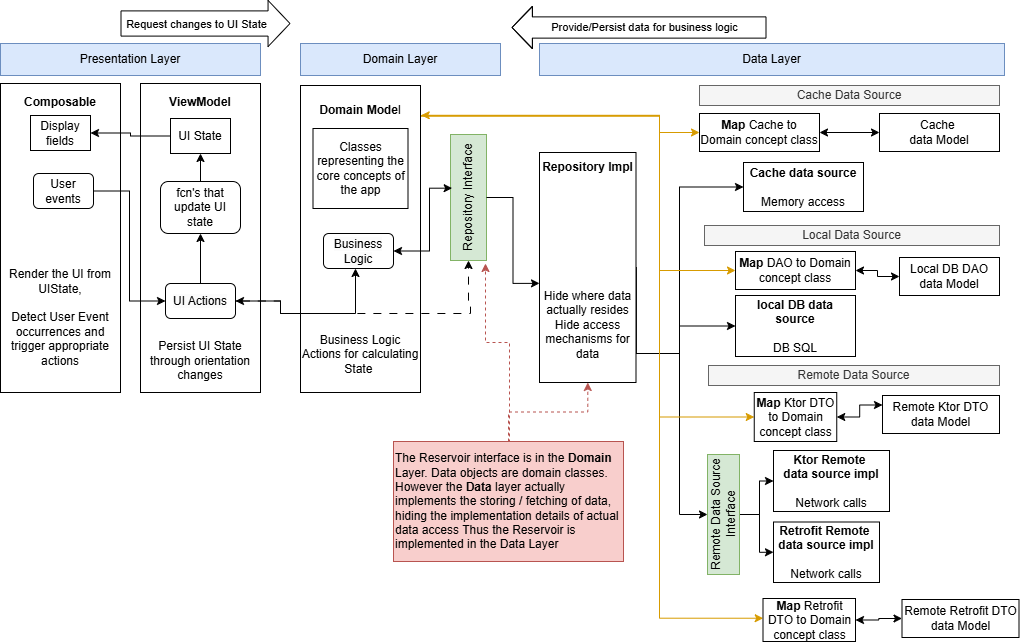
Before: images/ktor_clean_code_architecture.png, a diagram exported from draw.io (ElisabethHuhn/NetworkExample). Source tidied: cells renumbered, new cells last; positions are measured from the earlier drawing's top-left corner, leaving out a move shared by most shapes.
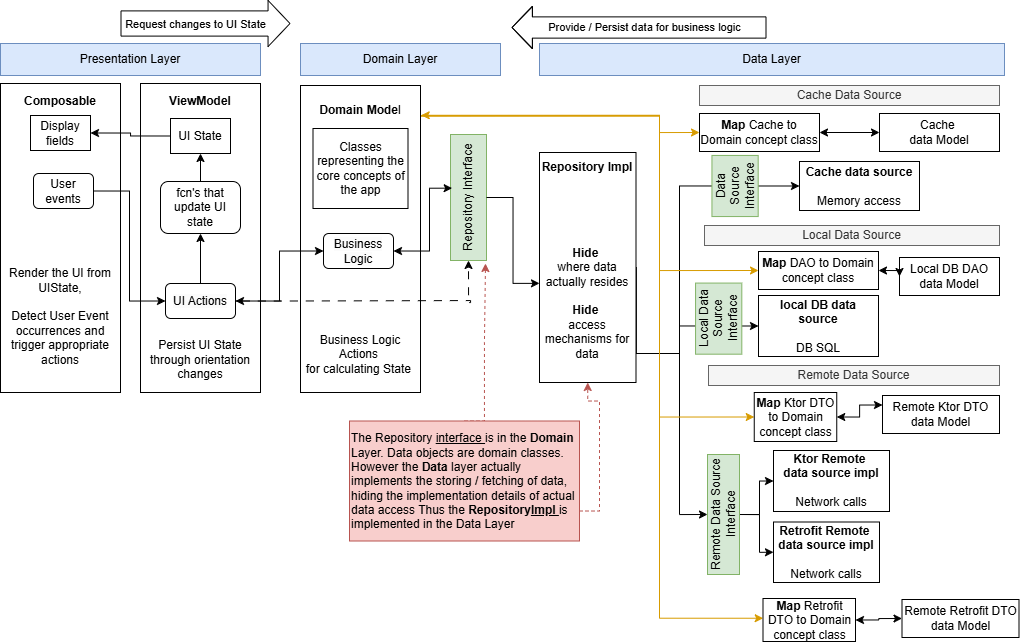
The same file after the commit.

Change to the diagram source:
```diff
@@ -38,7 +38,7 @@
         </Array>
       </mxGeometry>
     </mxCell>
-    <mxCell id="8" value="&lt;b&gt;Repository Impl&lt;/b&gt;&lt;div&gt;&lt;b&gt;&lt;br&gt;&lt;/b&gt;&lt;/div&gt;&lt;div&gt;&lt;b&gt;&lt;br&gt;&lt;/b&gt;&lt;/div&gt;&lt;div&gt;&lt;b&gt;&lt;br&gt;&lt;/b&gt;&lt;/div&gt;&lt;div&gt;&lt;b&gt;&lt;br&gt;&lt;/b&gt;&lt;/div&gt;&lt;div&gt;&lt;b&gt;&lt;br&gt;&lt;/b&gt;&lt;/div&gt;&lt;div&gt;&lt;br&gt;&lt;/div&gt;&lt;div&gt;&lt;b&gt;&lt;br&gt;&lt;/b&gt;&lt;/div&gt;&lt;div&gt;&lt;b&gt;&lt;br&gt;&lt;/b&gt;&lt;/div&gt;&lt;div&gt;&lt;span style=&quot;text-align: left; background-color: transparent; color: light-dark(rgb(0, 0, 0), rgb(255, 255, 255));&quot;&gt;Hide where data actually resides&lt;/span&gt;&lt;br&gt;&lt;span style=&quot;text-align: left; background-color: transparent; color: light-dark(rgb(0, 0, 0), rgb(255, 255, 255));&quot;&gt;Hide access mechanisms for data&lt;/span&gt;&lt;/div&gt;&lt;div&gt;&lt;br&gt;&lt;/div&gt;" style="rounded=0;whiteSpace=wrap;html=1;" parent="1" vertex="1">
+    <mxCell id="8" value="&lt;b&gt;Repository Impl&lt;/b&gt;&lt;div&gt;&lt;b&gt;&lt;br&gt;&lt;/b&gt;&lt;/div&gt;&lt;div&gt;&lt;br&gt;&lt;/div&gt;&lt;div&gt;&lt;br&gt;&lt;/div&gt;&lt;div&gt;&lt;b&gt;&lt;br&gt;&lt;/b&gt;&lt;/div&gt;&lt;div&gt;&lt;b&gt;&lt;br&gt;&lt;/b&gt;&lt;/div&gt;&lt;div&gt;&lt;span style=&quot;text-align: left; background-color: transparent; color: light-dark(rgb(0, 0, 0), rgb(255, 255, 255));&quot;&gt;&lt;b&gt;Hide&amp;nbsp;&lt;/b&gt;&lt;/span&gt;&lt;/div&gt;&lt;div&gt;&lt;span style=&quot;text-align: left; background-color: transparent; color: light-dark(rgb(0, 0, 0), rgb(255, 255, 255));&quot;&gt;where data actually resides&lt;/span&gt;&lt;/div&gt;&lt;div&gt;&lt;div style=&quot;text-align: left;&quot;&gt;&lt;br&gt;&lt;/div&gt;&lt;span style=&quot;text-align: left; background-color: transparent; color: light-dark(rgb(0, 0, 0), rgb(255, 255, 255));&quot;&gt;&lt;b&gt;Hide&amp;nbsp;&lt;/b&gt;&lt;/span&gt;&lt;/div&gt;&lt;div&gt;&lt;span style=&quot;text-align: left; background-color: transparent; color: light-dark(rgb(0, 0, 0), rgb(255, 255, 255));&quot;&gt;access mechanisms for data&lt;/span&gt;&lt;/div&gt;&lt;div&gt;&lt;br&gt;&lt;/div&gt;" style="rounded=0;whiteSpace=wrap;html=1;" parent="1" vertex="1">
       <mxGeometry x="539" y="129" width="96.5" height="230" as="geometry" />
     </mxCell>
     <mxCell id="9" style="edgeStyle=orthogonalEdgeStyle;rounded=0;jettySize=auto;html=1;exitX=1.006;exitY=0.097;exitDx=0;exitDy=0;entryX=0;entryY=0.5;entryDx=0;entryDy=0;startArrow=classic;startFill=1;exitPerimeter=0;fillColor=#ffe6cc;strokeColor=#d79b00;" parent="1" edge="1" source="13" target="53">
@@ -73,14 +73,14 @@
         </Array>
       </mxGeometry>
     </mxCell>
-    <mxCell id="13" value="&lt;b&gt;Domain Mode&lt;/b&gt;l&lt;div&gt;&lt;br&gt;&lt;/div&gt;&lt;div&gt;&lt;br&gt;&lt;/div&gt;&lt;div&gt;&lt;br&gt;&lt;/div&gt;&lt;div&gt;&lt;br&gt;&lt;/div&gt;&lt;div&gt;&lt;br&gt;&lt;/div&gt;&lt;div&gt;&lt;br&gt;&lt;/div&gt;&lt;div&gt;&lt;br&gt;&lt;/div&gt;&lt;div&gt;&lt;br&gt;&lt;/div&gt;&lt;div&gt;&lt;br&gt;&lt;/div&gt;&lt;div&gt;&lt;br&gt;&lt;/div&gt;&lt;div&gt;&lt;br&gt;&lt;/div&gt;&lt;div&gt;&lt;br&gt;&lt;/div&gt;&lt;div&gt;&lt;br&gt;&lt;/div&gt;&lt;div&gt;&lt;br&gt;&lt;/div&gt;&lt;div&gt;&lt;br&gt;&lt;/div&gt;&lt;div&gt;&lt;span style=&quot;text-align: left;&quot;&gt;Business Logic Actions for calculating State&amp;nbsp;&lt;/span&gt;&lt;/div&gt;" style="rounded=0;whiteSpace=wrap;html=1;" parent="1" vertex="1">
+    <mxCell id="13" value="&lt;b&gt;Domain Mode&lt;/b&gt;l&lt;div&gt;&lt;br&gt;&lt;/div&gt;&lt;div&gt;&lt;br&gt;&lt;/div&gt;&lt;div&gt;&lt;br&gt;&lt;/div&gt;&lt;div&gt;&lt;br&gt;&lt;/div&gt;&lt;div&gt;&lt;br&gt;&lt;/div&gt;&lt;div&gt;&lt;br&gt;&lt;/div&gt;&lt;div&gt;&lt;br&gt;&lt;/div&gt;&lt;div&gt;&lt;br&gt;&lt;/div&gt;&lt;div&gt;&lt;br&gt;&lt;/div&gt;&lt;div&gt;&lt;br&gt;&lt;/div&gt;&lt;div&gt;&lt;br&gt;&lt;/div&gt;&lt;div&gt;&lt;br&gt;&lt;/div&gt;&lt;div&gt;&lt;br&gt;&lt;/div&gt;&lt;div&gt;&lt;br&gt;&lt;/div&gt;&lt;div&gt;&lt;br&gt;&lt;/div&gt;&lt;div&gt;&lt;span style=&quot;text-align: left;&quot;&gt;Business Logic Actions&amp;nbsp;&lt;/span&gt;&lt;/div&gt;&lt;div&gt;&lt;span style=&quot;text-align: left;&quot;&gt;for&amp;nbsp;&lt;/span&gt;&lt;span style=&quot;text-align: left; background-color: transparent; color: light-dark(rgb(0, 0, 0), rgb(255, 255, 255));&quot;&gt;calculating State&amp;nbsp;&lt;/span&gt;&lt;/div&gt;" style="rounded=0;whiteSpace=wrap;html=1;" parent="1" vertex="1">
       <mxGeometry x="300" y="62" width="120" height="307" as="geometry" />
     </mxCell>
     <mxCell id="14" value="&lt;b&gt;Cache data source&lt;/b&gt;&lt;div&gt;&lt;br&gt;&lt;/div&gt;&lt;div&gt;Memory access&lt;/div&gt;" style="rounded=0;whiteSpace=wrap;html=1;" parent="1" vertex="1">
-      <mxGeometry x="743" y="139" width="120" height="49" as="geometry" />
+      <mxGeometry x="799" y="138" width="120" height="49" as="geometry" />
     </mxCell>
     <mxCell id="15" value="&lt;b&gt;local DB data source&lt;/b&gt;&lt;div&gt;&lt;br&gt;&lt;/div&gt;&lt;div&gt;DB SQL&lt;/div&gt;" style="rounded=0;whiteSpace=wrap;html=1;" parent="1" vertex="1">
-      <mxGeometry x="735" y="272" width="120" height="61" as="geometry" />
+      <mxGeometry x="758" y="272" width="120" height="61" as="geometry" />
     </mxCell>
     <mxCell id="16" value="&lt;b&gt;Ktor Remote&amp;nbsp;&lt;/b&gt;&lt;div&gt;&lt;b&gt;data source impl&lt;/b&gt;&lt;div&gt;&lt;br&gt;&lt;/div&gt;&lt;div&gt;Network calls&lt;/div&gt;&lt;/div&gt;" style="rounded=0;whiteSpace=wrap;html=1;" parent="1" vertex="1">
       <mxGeometry x="773" y="427" width="116" height="61" as="geometry" />
@@ -121,12 +121,11 @@
     <mxCell id="28" value="fcn's that update UI state" style="rounded=1;whiteSpace=wrap;html=1;" parent="1" vertex="1">
       <mxGeometry x="160" y="158" width="80" height="52" as="geometry" />
     </mxCell>
-    <mxCell id="29" style="edgeStyle=orthogonalEdgeStyle;rounded=0;jettySize=auto;html=1;exitX=1;exitY=0.5;exitDx=0;exitDy=0;" parent="1" edge="1" source="30" target="33">
+    <mxCell id="29" style="edgeStyle=orthogonalEdgeStyle;rounded=0;jettySize=auto;html=1;exitX=1;exitY=0.5;exitDx=0;exitDy=0;entryX=0;entryY=0.5;entryDx=0;entryDy=0;" parent="1" edge="1" source="30" target="33">
       <mxGeometry relative="1" as="geometry">
         <Array as="points">
-          <mxPoint x="280" y="278" />
-          <mxPoint x="280" y="290" />
-          <mxPoint x="355" y="290" />
+          <mxPoint x="279" y="277" />
+          <mxPoint x="279" y="227" />
         </Array>
       </mxGeometry>
     </mxCell>
@@ -156,9 +155,8 @@
     <mxCell id="36" style="edgeStyle=orthogonalEdgeStyle;rounded=0;jettySize=auto;html=1;exitX=1;exitY=0.5;exitDx=0;exitDy=0;entryX=0;entryY=0.5;entryDx=0;entryDy=0;startArrow=classic;startFill=1;dashed=1;dashPattern=8 8;" parent="1" edge="1" source="30" target="4">
       <mxGeometry relative="1" as="geometry">
         <Array as="points">
-          <mxPoint x="280" y="278" />
-          <mxPoint x="280" y="290" />
-          <mxPoint x="470" y="290" />
+          <mxPoint x="280" y="277" />
+          <mxPoint x="470" y="277" />
           <mxPoint x="470" y="279" />
           <mxPoint x="468" y="279" />
         </Array>
@@ -198,7 +196,7 @@
       <mxGeometry relative="1" as="geometry" />
     </mxCell>
     <mxCell id="48" value="&lt;b&gt;Map &lt;/b&gt;DAO to Domain concept class" style="rounded=0;whiteSpace=wrap;html=1;" parent="1" vertex="1">
-      <mxGeometry x="735" y="228" width="120" height="38" as="geometry" />
+      <mxGeometry x="758" y="228" width="120" height="38" as="geometry" />
     </mxCell>
     <mxCell id="49" value="Remote Retrofit DTO&lt;div&gt;data Model&lt;/div&gt;" style="rounded=0;whiteSpace=wrap;html=1;" parent="1" vertex="1">
       <mxGeometry x="901.5" y="576" width="117" height="38" as="geometry" />
@@ -235,7 +233,7 @@
         </Array>
       </mxGeometry>
     </mxCell>
-    <mxCell id="57" value="Provide/Persist data for&amp;nbsp;&lt;span style=&quot;background-color: light-dark(#ffffff, var(--ge-dark-color, #121212)); color: light-dark(rgb(0, 0, 0), rgb(255, 255, 255));&quot;&gt;business logic&lt;/span&gt;" style="edgeLabel;html=1;align=center;verticalAlign=middle;" parent="56" vertex="1">
+    <mxCell id="57" value="Provide / Persist data for&amp;nbsp;&lt;span style=&quot;background-color: light-dark(#ffffff, var(--ge-dark-color, #121212)); color: light-dark(rgb(0, 0, 0), rgb(255, 255, 255));&quot;&gt;business logic&lt;/span&gt;" style="edgeLabel;html=1;align=center;verticalAlign=middle;" parent="56" vertex="1">
       <mxGeometry x="0.08" y="-1" relative="1" as="geometry">
         <mxPoint x="15" as="offset" />
       </mxGeometry>
@@ -244,17 +242,22 @@
       <mxGeometry relative="1" as="geometry">
         <mxPoint x="485" y="240" as="targetPoint" />
         <Array as="points">
-          <mxPoint x="509" y="418" />
-          <mxPoint x="509" y="319" />
+          <mxPoint x="484" y="319" />
           <mxPoint x="485" y="319" />
         </Array>
       </mxGeometry>
     </mxCell>
-    <mxCell id="59" value="The Reservoir interface is in the &lt;b&gt;Domain &lt;/b&gt;Layer. Data objects are domain classes. However the &lt;b&gt;Data &lt;/b&gt;layer actually implements the storing / fetching of data, hiding the implementation details of actual data access Thus the Reservoir is implemented in the Data Layer" style="text;html=1;align=left;verticalAlign=middle;whiteSpace=wrap;rounded=0;fillColor=#f8cecc;strokeColor=#b85450;" parent="1" vertex="1">
-      <mxGeometry x="393" y="418" width="230" height="120" as="geometry" />
+    <mxCell id="59" value="The Repository &lt;u&gt;interface &lt;/u&gt;is in the &lt;b&gt;Domain &lt;/b&gt;Layer. Data objects are domain classes. However the &lt;b&gt;Data &lt;/b&gt;layer actually implements the storing / fetching of data, hiding the implementation details of actual data access Thus the &lt;b&gt;Repository&lt;u&gt;Impl &lt;/u&gt;&lt;/b&gt;is implemented in the Data Layer" style="text;html=1;align=left;verticalAlign=middle;whiteSpace=wrap;rounded=0;fillColor=#f8cecc;strokeColor=#b85450;" parent="1" vertex="1">
+      <mxGeometry x="349" y="397.5" width="230" height="120" as="geometry" />
     </mxCell>
-    <mxCell id="60" style="edgeStyle=orthogonalEdgeStyle;rounded=0;jettySize=auto;html=1;fillColor=#f8cecc;strokeColor=#b85450;dashed=1;" parent="1" edge="1" source="59" target="8">
+    <mxCell id="60" style="edgeStyle=orthogonalEdgeStyle;rounded=0;jettySize=auto;html=1;fillColor=#f8cecc;strokeColor=#b85450;dashed=1;exitX=1;exitY=0.75;exitDx=0;exitDy=0;" parent="1" edge="1" source="59" target="8">
       <mxGeometry relative="1" as="geometry" />
     </mxCell>
+    <mxCell id="61" value="Local Data Source Interface" style="rounded=0;whiteSpace=wrap;html=1;rotation=-90;fillColor=#d5e8d4;strokeColor=#82b366;" parent="1" vertex="1">
+      <mxGeometry x="682.6" y="272" width="71.1" height="46.2" as="geometry" />
+    </mxCell>
+    <mxCell id="62" value="Data Source Interface" style="rounded=0;whiteSpace=wrap;html=1;rotation=-90;fillColor=#d5e8d4;strokeColor=#82b366;" parent="1" vertex="1">
+      <mxGeometry x="704" y="139.4" width="61.1" height="46.2" as="geometry" />
+    </mxCell>
   </root>
 </mxGraphModel>
```
